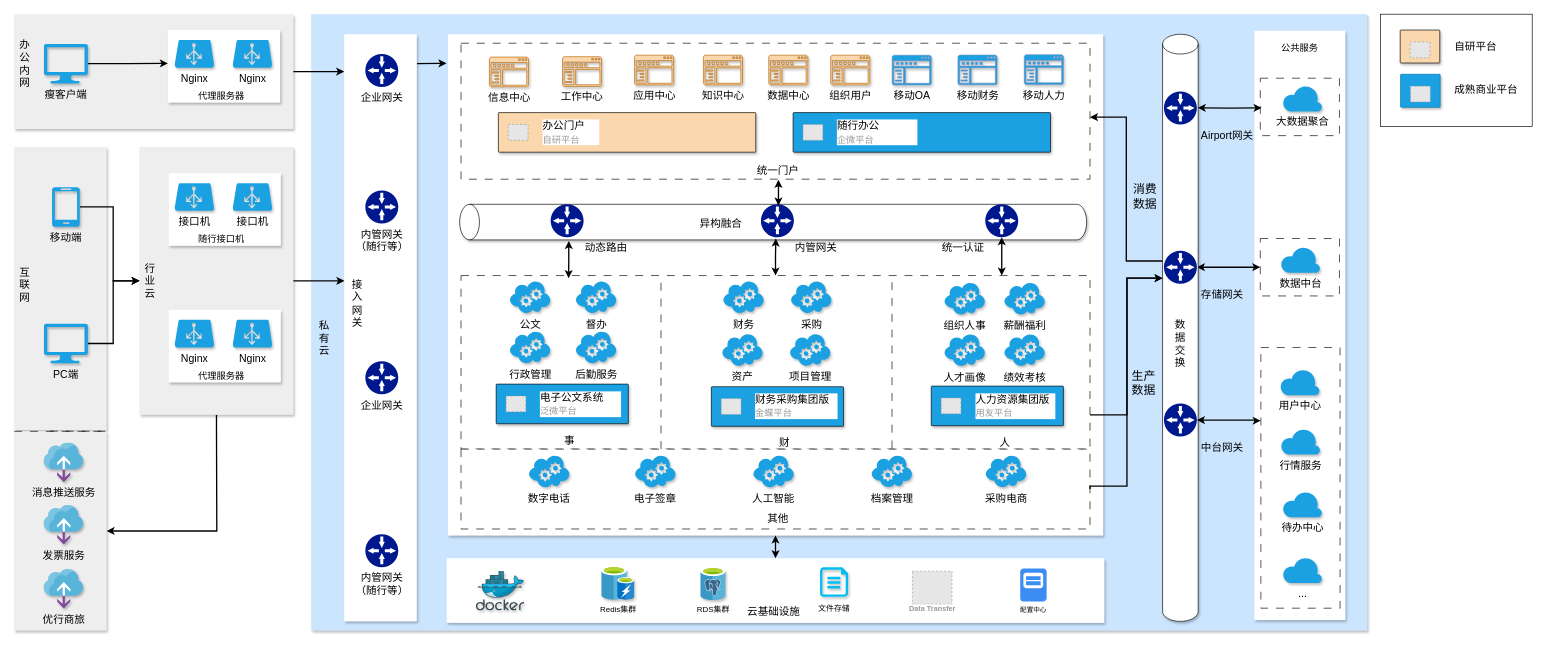
This is page "一网统管架构图20240305" (13 of 25) of Untitled Diagram.drawio from shiki-mqp/PrivatePods, a draw.io file, before an edit. Source tidied: cells renumbered, new cells numbered last; positions are measured from the earlier drawing's top-left corner, leaving out a move shared by most shapes. Both pictures are drawn from the tidied source at 66%, with x=0, y=0 at pixel (14, -92). Pictures stored in the file or linked from it are replaced by grey dashed boxes.
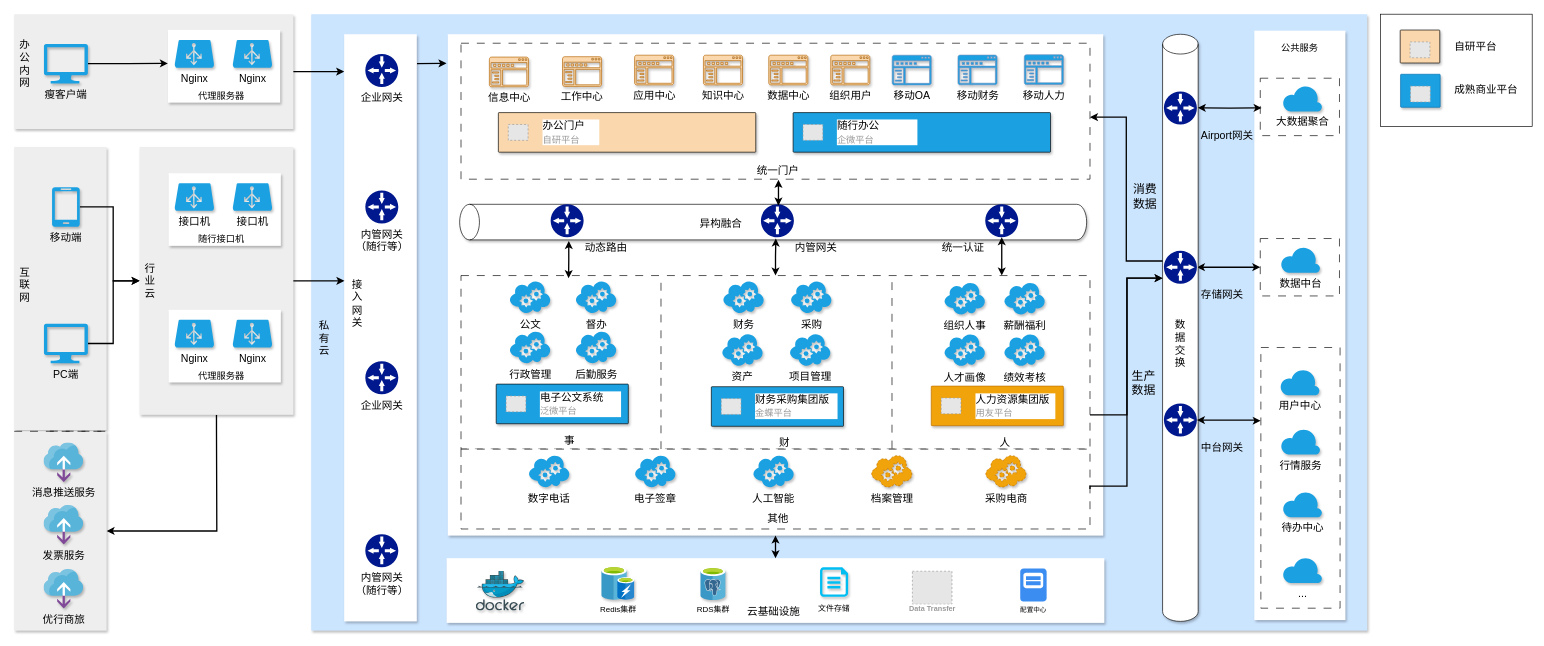
Above is the later version.

The change refers to these unchanged cells:
```xml
<mxCell id="38" style="group;" parent="1" vertex="1">
  <mxGeometry x="1389.5" y="723.5" width="200.2" height="90" as="geometry" />
</mxCell>
```

What changed in the source:
```diff
@@
-    <mxCell id="39" style="strokeColor=#000000;shadow=1;strokeWidth=1;rounded=1;absoluteArcSize=1;arcSize=2;labelBackgroundColor=none;fontSize=16;fillColor=#1ba1e2;fontColor=#ffffff;" parent="38" vertex="1">
+    <mxCell id="39" style="strokeColor=#BD7000;shadow=1;strokeWidth=1;rounded=1;absoluteArcSize=1;arcSize=2;labelBackgroundColor=none;fontSize=16;fillColor=#f0a30a;fontColor=#000000;" parent="38" vertex="1">
       <mxGeometry width="200.2" height="60" as="geometry" />
     </mxCell>
@@
-    <mxCell id="132" value="档案管理" style="verticalLabelPosition=bottom;html=1;verticalAlign=top;align=center;strokeColor=none;fillColor=#1ba1e2;shape=mxgraph.azure.cloud_service;shadow=1;dashed=1;strokeWidth=1;fontSize=16;labelBackgroundColor=none;fontColor=#000000;" parent="1" vertex="1">
+    <mxCell id="132" value="档案管理" style="verticalLabelPosition=bottom;html=1;verticalAlign=top;align=center;strokeColor=#BD7000;fillColor=#f0a30a;shape=mxgraph.azure.cloud_service;shadow=1;dashed=1;strokeWidth=1;fontSize=16;labelBackgroundColor=none;fontColor=#000000;" parent="1" vertex="1">
       <mxGeometry x="1298.4" y="827.2" width="62.5" height="50" as="geometry" />
     </mxCell>
-    <mxCell id="133" value="采购电商" style="verticalLabelPosition=bottom;html=1;verticalAlign=top;align=center;strokeColor=none;fillColor=#1ba1e2;shape=mxgraph.azure.cloud_service;shadow=1;dashed=1;strokeWidth=1;fontSize=16;fontColor=#000000;labelBackgroundColor=none;" parent="1" vertex="1">
+    <mxCell id="133" value="采购电商" style="verticalLabelPosition=bottom;html=1;verticalAlign=top;align=center;strokeColor=#BD7000;fillColor=#f0a30a;shape=mxgraph.azure.cloud_service;shadow=1;dashed=1;strokeWidth=1;fontSize=16;fontColor=#000000;labelBackgroundColor=none;" parent="1" vertex="1">
       <mxGeometry x="1471.3" y="827.2" width="62.5" height="50" as="geometry" />
     </mxCell>
```
